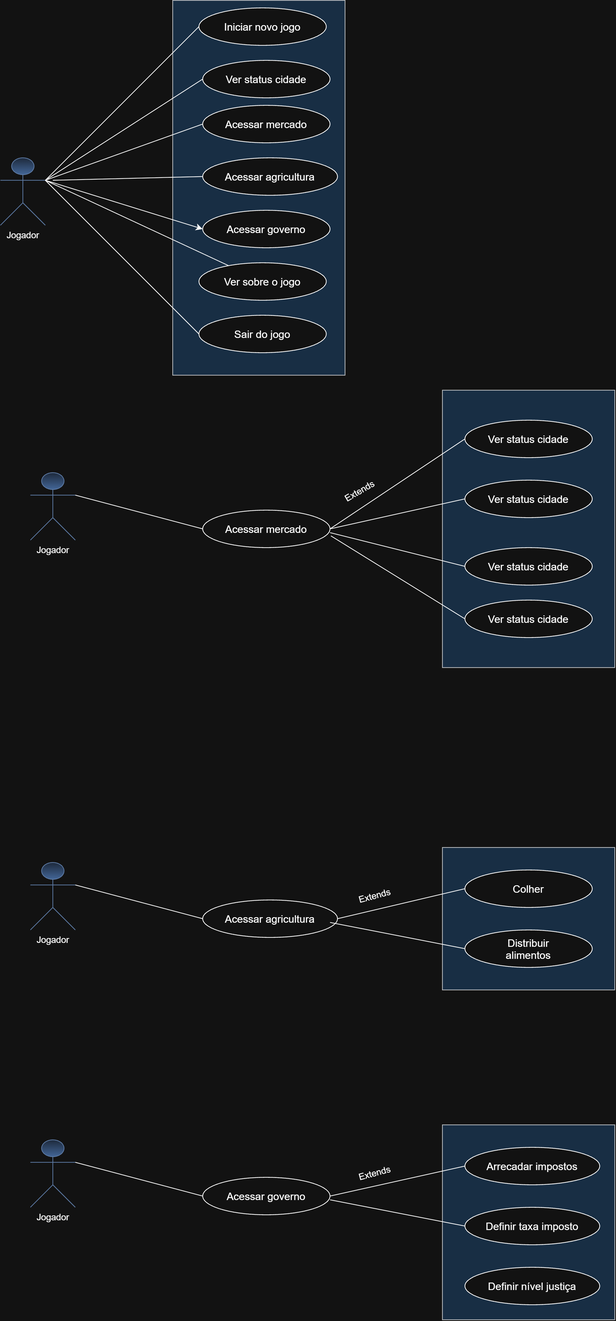
Before: casos-de-uso/Casos de uso.drawio.png, a diagram exported from draw.io (joaovictorVsales/Bolonha-e-Milano-Mons-edition). Source tidied: cells renumbered, new cells last; positions are measured from the earlier drawing's top-left corner, leaving out a move shared by most shapes.
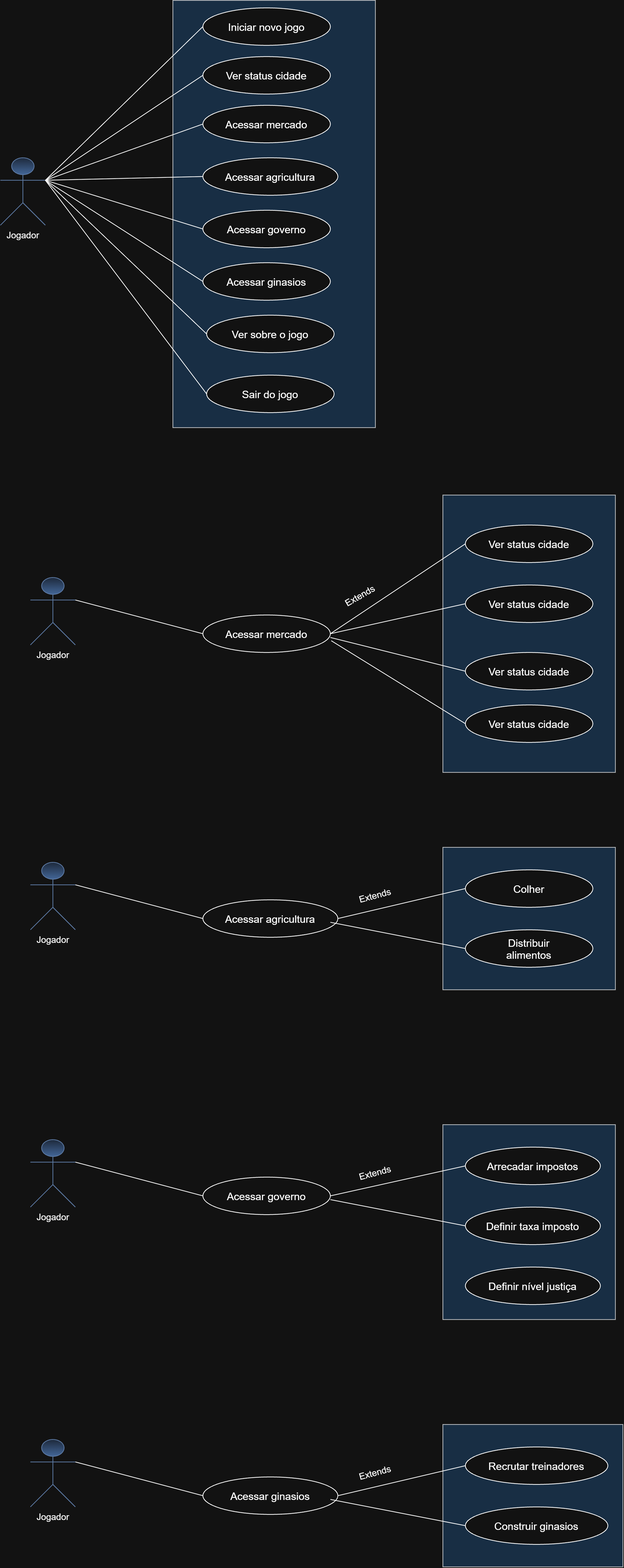
Later version of the same file.

Commit message:
Casos de uso (ETAPA 6)

What changed in the source:
```diff
@@ -5,91 +5,92 @@
     <mxCell id="2" value="Jogador" style="shape=umlActor;verticalLabelPosition=bottom;verticalAlign=top;html=1;outlineConnect=0;labelPerimeter=1;fillColor=#dae8fc;gradientColor=#7ea6e0;strokeColor=#6c8ebf;" parent="1" vertex="1">
       <mxGeometry y="210" width="60" height="90" as="geometry" />
     </mxCell>
-    <mxCell id="3" style="rounded=0;whiteSpace=wrap;html=1;fillColor=#cce5ff;strokeColor=#36393d;" parent="1" vertex="1">
-      <mxGeometry x="230" width="230" height="500" as="geometry" />
-    </mxCell>
+    <mxCell id="51" style="rounded=0;whiteSpace=wrap;html=1;fillColor=#cce5ff;strokeColor=#36393d;" parent="1" vertex="1">
+      <mxGeometry x="230" width="270" height="570" as="geometry" />
+    </mxCell>
     <mxCell id="4" value="&lt;font style=&quot;font-size: 14px;&quot;&gt;Iniciar novo jogo&lt;/font&gt;" style="ellipse;whiteSpace=wrap;html=1;shapeInside=1;" parent="1" vertex="1">
-      <mxGeometry x="265" y="10" width="170" height="50" as="geometry" />
+      <mxGeometry x="270" y="10" width="170" height="50" as="geometry" />
     </mxCell>
     <mxCell id="5" style="endArrow=none;html=1;rounded=0;defaultLabelBackgroundColor=page;labelPadding=0 4;entryX=0;entryY=0.5;entryDx=0;entryDy=0;exitX=1;exitY=0.3333333333333333;exitDx=0;exitDy=0;exitPerimeter=0;" parent="1" edge="1" source="2" target="4">
       <mxGeometry relative="1" as="geometry" />
     </mxCell>
     <mxCell id="6" value="Ver sobre o jogo" style="ellipse;whiteSpace=wrap;html=1;shapeInside=1;fontSize=14;" parent="1" vertex="1">
-      <mxGeometry x="265" y="350" width="170" height="50" as="geometry" />
+      <mxGeometry x="275" y="420" width="170" height="50" as="geometry" />
     </mxCell>
     <mxCell id="7" value="Sair do jogo" style="ellipse;whiteSpace=wrap;html=1;shapeInside=1;fontSize=14;" parent="1" vertex="1">
-      <mxGeometry x="265" y="420" width="170" height="50" as="geometry" />
+      <mxGeometry x="275" y="500" width="170" height="50" as="geometry" />
     </mxCell>
-    <mxCell id="8" style="endArrow=none;html=1;rounded=0;defaultLabelBackgroundColor=page;labelPadding=0 4;exitX=1;exitY=0.3333333333333333;exitDx=0;exitDy=0;exitPerimeter=0;" parent="1" edge="1" source="2" target="6">
+    <mxCell id="8" style="endArrow=none;html=1;rounded=0;defaultLabelBackgroundColor=page;labelPadding=0 4;exitX=1;exitY=0.3333333333333333;exitDx=0;exitDy=0;exitPerimeter=0;entryX=0;entryY=0.5;entryDx=0;entryDy=0;" parent="1" edge="1" source="2" target="6">
       <mxGeometry relative="1" as="geometry" />
     </mxCell>
     <mxCell id="9" style="endArrow=none;html=1;rounded=0;defaultLabelBackgroundColor=page;labelPadding=0 4;entryX=0;entryY=0.5;entryDx=0;entryDy=0;exitX=1;exitY=0.3333333333333333;exitDx=0;exitDy=0;exitPerimeter=0;" parent="1" edge="1" source="2" target="7">
       <mxGeometry relative="1" as="geometry" />
     </mxCell>
-    <mxCell id="10" style="edgeStyle=orthogonalEdgeStyle;rounded=0;orthogonalLoop=1;jettySize=auto;html=1;innerLoopWaypoints=1;exitX=0.5;exitY=1;exitDx=0;exitDy=0;defaultLabelBackgroundColor=page;labelPadding=0 4;" parent="1" edge="1" source="3" target="3">
-      <mxGeometry relative="1" as="geometry" />
-    </mxCell>
-    <mxCell id="11" value="&lt;font style=&quot;font-size: 14px;&quot;&gt;Ver status cidade&lt;/font&gt;" style="ellipse;whiteSpace=wrap;html=1;shapeInside=1;" parent="1" vertex="1">
-      <mxGeometry x="270" y="80" width="170" height="50" as="geometry" />
-    </mxCell>
-    <mxCell id="12" style="endArrow=none;html=1;rounded=0;defaultLabelBackgroundColor=page;labelPadding=0 4;entryX=0;entryY=0.5;entryDx=0;entryDy=0;exitX=1;exitY=0.3333333333333333;exitDx=0;exitDy=0;exitPerimeter=0;" parent="1" edge="1" source="2" target="11">
-      <mxGeometry relative="1" as="geometry" />
-    </mxCell>
+    <mxCell id="52" style="edgeStyle=orthogonalEdgeStyle;rounded=0;orthogonalLoop=1;jettySize=auto;html=1;innerLoopWaypoints=1;exitX=0.5;exitY=1;exitDx=0;exitDy=0;defaultLabelBackgroundColor=page;labelPadding=0 4;" parent="1" edge="1">
+      <mxGeometry relative="1" as="geometry">
+        <mxPoint x="360" y="670" as="sourcePoint" />
+        <mxPoint x="360" y="670" as="targetPoint" />
+      </mxGeometry>
+    </mxCell>
+    <mxCell id="53" value="&lt;font style=&quot;font-size: 14px;&quot;&gt;Ver status cidade&lt;/font&gt;" style="ellipse;whiteSpace=wrap;html=1;shapeInside=1;" parent="1" vertex="1">
+      <mxGeometry x="270" y="75" width="170" height="50" as="geometry" />
+    </mxCell>
+    <mxCell id="54" style="endArrow=none;html=1;rounded=0;defaultLabelBackgroundColor=page;labelPadding=0 4;entryX=0;entryY=0.5;entryDx=0;entryDy=0;exitX=1;exitY=0.3333333333333333;exitDx=0;exitDy=0;exitPerimeter=0;" parent="1" edge="1" source="2" target="53">
+      <mxGeometry relative="1" as="geometry" />
+    </mxCell>
     <mxCell id="13" value="Acessar mercado" style="ellipse;whiteSpace=wrap;html=1;shapeInside=1;fontSize=14;" parent="1" vertex="1">
       <mxGeometry x="270" y="140" width="170" height="50" as="geometry" />
     </mxCell>
     <mxCell id="14" style="endArrow=none;html=1;rounded=0;defaultLabelBackgroundColor=page;labelPadding=0 4;entryX=0;entryY=0.5;entryDx=0;entryDy=0;exitX=1;exitY=0.3333333333333333;exitDx=0;exitDy=0;exitPerimeter=0;" parent="1" edge="1" source="2" target="13">
       <mxGeometry relative="1" as="geometry" />
     </mxCell>
-    <mxCell id="15" style="rounded=0;whiteSpace=wrap;html=1;fillColor=#cce5ff;strokeColor=#36393d;" parent="1" vertex="1">
-      <mxGeometry x="590" y="520" width="230" height="370" as="geometry" />
-    </mxCell>
-    <mxCell id="16" value="&lt;font style=&quot;font-size: 14px;&quot;&gt;Ver status cidade&lt;/font&gt;" style="ellipse;whiteSpace=wrap;html=1;shapeInside=1;" parent="1" vertex="1">
-      <mxGeometry x="620" y="560" width="170" height="50" as="geometry" />
-    </mxCell>
-    <mxCell id="17" value="&lt;font style=&quot;font-size: 14px;&quot;&gt;Ver status cidade&lt;/font&gt;" style="ellipse;whiteSpace=wrap;html=1;shapeInside=1;" parent="1" vertex="1">
-      <mxGeometry x="620" y="640" width="170" height="50" as="geometry" />
-    </mxCell>
-    <mxCell id="18" value="&lt;font style=&quot;font-size: 14px;&quot;&gt;Ver status cidade&lt;/font&gt;" style="ellipse;whiteSpace=wrap;html=1;shapeInside=1;" parent="1" vertex="1">
-      <mxGeometry x="620" y="800" width="170" height="50" as="geometry" />
-    </mxCell>
-    <mxCell id="19" value="&lt;font style=&quot;font-size: 14px;&quot;&gt;Ver status cidade&lt;/font&gt;" style="ellipse;whiteSpace=wrap;html=1;shapeInside=1;" parent="1" vertex="1">
-      <mxGeometry x="620" y="730" width="170" height="50" as="geometry" />
-    </mxCell>
-    <mxCell id="20" value="Jogador" style="shape=umlActor;verticalLabelPosition=bottom;verticalAlign=top;html=1;outlineConnect=0;labelPerimeter=1;fillColor=#dae8fc;gradientColor=#7ea6e0;strokeColor=#6c8ebf;" parent="1" vertex="1">
-      <mxGeometry x="40" y="630" width="60" height="90" as="geometry" />
-    </mxCell>
+    <mxCell id="55" style="rounded=0;whiteSpace=wrap;html=1;fillColor=#cce5ff;strokeColor=#36393d;" parent="1" vertex="1">
+      <mxGeometry x="590" y="660" width="230" height="370" as="geometry" />
+    </mxCell>
+    <mxCell id="56" value="&lt;font style=&quot;font-size: 14px;&quot;&gt;Ver status cidade&lt;/font&gt;" style="ellipse;whiteSpace=wrap;html=1;shapeInside=1;" parent="1" vertex="1">
+      <mxGeometry x="620" y="700" width="170" height="50" as="geometry" />
+    </mxCell>
+    <mxCell id="57" value="&lt;font style=&quot;font-size: 14px;&quot;&gt;Ver status cidade&lt;/font&gt;" style="ellipse;whiteSpace=wrap;html=1;shapeInside=1;" parent="1" vertex="1">
+      <mxGeometry x="620" y="780" width="170" height="50" as="geometry" />
+    </mxCell>
+    <mxCell id="58" value="&lt;font style=&quot;font-size: 14px;&quot;&gt;Ver status cidade&lt;/font&gt;" style="ellipse;whiteSpace=wrap;html=1;shapeInside=1;" parent="1" vertex="1">
+      <mxGeometry x="620" y="940" width="170" height="50" as="geometry" />
+    </mxCell>
+    <mxCell id="59" value="&lt;font style=&quot;font-size: 14px;&quot;&gt;Ver status cidade&lt;/font&gt;" style="ellipse;whiteSpace=wrap;html=1;shapeInside=1;" parent="1" vertex="1">
+      <mxGeometry x="620" y="870" width="170" height="50" as="geometry" />
+    </mxCell>
+    <mxCell id="60" value="Jogador" style="shape=umlActor;verticalLabelPosition=bottom;verticalAlign=top;html=1;outlineConnect=0;labelPerimeter=1;fillColor=#dae8fc;gradientColor=#7ea6e0;strokeColor=#6c8ebf;" parent="1" vertex="1">
+      <mxGeometry x="40" y="770" width="60" height="90" as="geometry" />
+    </mxCell>
     <mxCell id="21" value="Acessar mercado" style="ellipse;whiteSpace=wrap;html=1;shapeInside=1;fontSize=14;" parent="1" vertex="1">
-      <mxGeometry x="270" y="680" width="170" height="50" as="geometry" />
+      <mxGeometry x="270" y="820" width="170" height="50" as="geometry" />
     </mxCell>
-    <mxCell id="22" style="endArrow=none;html=1;rounded=0;defaultLabelBackgroundColor=page;labelPadding=0 4;exitX=1;exitY=0.3333333333333333;exitDx=0;exitDy=0;exitPerimeter=0;entryX=0;entryY=0.5;entryDx=0;entryDy=0;" parent="1" edge="1" source="20" target="21">
-      <mxGeometry relative="1" as="geometry" />
-    </mxCell>
-    <mxCell id="23" style="endArrow=none;html=1;rounded=0;defaultLabelBackgroundColor=page;labelPadding=0 4;entryX=0;entryY=0.5;entryDx=0;entryDy=0;exitX=1;exitY=0.5;exitDx=0;exitDy=0;" parent="1" edge="1" source="21" target="16">
-      <mxGeometry relative="1" as="geometry" />
-    </mxCell>
-    <mxCell id="24" style="endArrow=none;html=1;rounded=0;defaultLabelBackgroundColor=page;labelPadding=0 4;entryX=0;entryY=0.5;entryDx=0;entryDy=0;exitX=1;exitY=0.5;exitDx=0;exitDy=0;" parent="1" edge="1" source="21" target="17">
-      <mxGeometry relative="1" as="geometry" />
-    </mxCell>
-    <mxCell id="25" style="endArrow=none;html=1;rounded=0;defaultLabelBackgroundColor=page;labelPadding=0 4;entryX=0;entryY=0.5;entryDx=0;entryDy=0;" parent="1" edge="1" target="19">
-      <mxGeometry relative="1" as="geometry">
-        <mxPoint x="440" y="710" as="sourcePoint" />
-      </mxGeometry>
-    </mxCell>
-    <mxCell id="26" style="endArrow=none;html=1;rounded=0;defaultLabelBackgroundColor=page;labelPadding=0 4;entryX=0;entryY=0.5;entryDx=0;entryDy=0;exitX=1.007;exitY=0.687;exitDx=0;exitDy=0;exitPerimeter=0;" parent="1" edge="1" source="21" target="18">
-      <mxGeometry relative="1" as="geometry" />
-    </mxCell>
+    <mxCell id="61" style="endArrow=none;html=1;rounded=0;defaultLabelBackgroundColor=page;labelPadding=0 4;exitX=1;exitY=0.3333333333333333;exitDx=0;exitDy=0;exitPerimeter=0;entryX=0;entryY=0.5;entryDx=0;entryDy=0;" parent="1" edge="1" source="60" target="21">
+      <mxGeometry relative="1" as="geometry" />
+    </mxCell>
+    <mxCell id="62" style="endArrow=none;html=1;rounded=0;defaultLabelBackgroundColor=page;labelPadding=0 4;entryX=0;entryY=0.5;entryDx=0;entryDy=0;exitX=1;exitY=0.5;exitDx=0;exitDy=0;" parent="1" edge="1" source="21" target="56">
+      <mxGeometry relative="1" as="geometry" />
+    </mxCell>
+    <mxCell id="63" style="endArrow=none;html=1;rounded=0;defaultLabelBackgroundColor=page;labelPadding=0 4;entryX=0;entryY=0.5;entryDx=0;entryDy=0;exitX=1;exitY=0.5;exitDx=0;exitDy=0;" parent="1" edge="1" source="21" target="57">
+      <mxGeometry relative="1" as="geometry" />
+    </mxCell>
+    <mxCell id="64" style="endArrow=none;html=1;rounded=0;defaultLabelBackgroundColor=page;labelPadding=0 4;entryX=0;entryY=0.5;entryDx=0;entryDy=0;" parent="1" edge="1" target="59">
+      <mxGeometry relative="1" as="geometry">
+        <mxPoint x="440" y="850" as="sourcePoint" />
+      </mxGeometry>
+    </mxCell>
+    <mxCell id="65" style="endArrow=none;html=1;rounded=0;defaultLabelBackgroundColor=page;labelPadding=0 4;entryX=0;entryY=0.5;entryDx=0;entryDy=0;exitX=1.007;exitY=0.687;exitDx=0;exitDy=0;exitPerimeter=0;" parent="1" edge="1" source="21" target="58">
+      <mxGeometry relative="1" as="geometry" />
+    </mxCell>
     <mxCell id="27" value="Extends" style="text;html=1;whiteSpace=wrap;strokeColor=none;fillColor=none;align=center;verticalAlign=middle;rounded=0;rotation=-30;" parent="1" vertex="1">
-      <mxGeometry x="450" y="640" width="60" height="30" as="geometry" />
+      <mxGeometry x="450" y="780" width="60" height="30" as="geometry" />
     </mxCell>
     <mxCell id="28" value="Acessar agricultura" style="ellipse;whiteSpace=wrap;html=1;shapeInside=1;fontSize=14;" parent="1" vertex="1">
       <mxGeometry x="270" y="210" width="180" height="50" as="geometry" />
     </mxCell>
-    <mxCell id="29" style="endArrow=none;html=1;rounded=0;defaultLabelBackgroundColor=page;labelPadding=0 4;entryX=0;entryY=0.5;entryDx=0;entryDy=0;" parent="1" edge="1" target="28">
-      <mxGeometry relative="1" as="geometry">
-        <mxPoint x="70" y="240" as="sourcePoint" />
-      </mxGeometry>
-    </mxCell>
+    <mxCell id="66" style="endArrow=none;html=1;rounded=0;defaultLabelBackgroundColor=page;labelPadding=0 4;entryX=0;entryY=0.5;entryDx=0;entryDy=0;exitX=1;exitY=0.3333333333333333;exitDx=0;exitDy=0;exitPerimeter=0;" parent="1" edge="1" source="2" target="28">
+      <mxGeometry relative="1" as="geometry" />
+    </mxCell>
     <mxCell id="30" style="rounded=0;whiteSpace=wrap;html=1;fillColor=#cce5ff;strokeColor=#36393d;" parent="1" vertex="1">
       <mxGeometry x="590" y="1130" width="230" height="190" as="geometry" />
     </mxCell>
@@ -111,20 +112,17 @@
     <mxCell id="36" style="endArrow=none;html=1;rounded=0;defaultLabelBackgroundColor=page;labelPadding=0 4;entryX=0;entryY=0.5;entryDx=0;entryDy=0;exitX=1;exitY=0.5;exitDx=0;exitDy=0;" parent="1" edge="1" source="34" target="31">
       <mxGeometry relative="1" as="geometry" />
     </mxCell>
-    <mxCell id="37" style="endArrow=none;html=1;rounded=0;defaultLabelBackgroundColor=page;labelPadding=0 4;entryX=0;entryY=0.5;entryDx=0;entryDy=0;" parent="1" edge="1" target="32">
-      <mxGeometry relative="1" as="geometry">
-        <mxPoint x="440" y="1230" as="sourcePoint" />
-      </mxGeometry>
-    </mxCell>
+    <mxCell id="67" style="endArrow=none;html=1;rounded=0;defaultLabelBackgroundColor=page;labelPadding=0 4;entryX=0;entryY=0.5;entryDx=0;entryDy=0;" parent="1" edge="1" target="32">
+      <mxGeometry relative="1" as="geometry">
+        <mxPoint x="440" y="1230" as="sourcePoint" />
+      </mxGeometry>
+    </mxCell>
     <mxCell id="38" value="Extends" style="text;html=1;whiteSpace=wrap;strokeColor=none;fillColor=none;align=center;verticalAlign=middle;rounded=0;rotation=-15;" parent="1" vertex="1">
       <mxGeometry x="470" y="1180" width="60" height="30" as="geometry" />
     </mxCell>
     <mxCell id="39" value="Acessar governo" style="ellipse;whiteSpace=wrap;html=1;shapeInside=1;fontSize=14;" parent="1" vertex="1">
       <mxGeometry x="270" y="280" width="170" height="50" as="geometry" />
     </mxCell>
-    <mxCell id="40" style="endArrow=classic;html=1;rounded=0;defaultLabelBackgroundColor=page;labelPadding=0 4;entryX=0;entryY=0.5;entryDx=0;entryDy=0;exitX=1;exitY=0.3333333333333333;exitDx=0;exitDy=0;exitPerimeter=0;" parent="1" edge="1" source="2" target="39">
-      <mxGeometry relative="1" as="geometry" />
-    </mxCell>
     <mxCell id="41" style="rounded=0;whiteSpace=wrap;html=1;fillColor=#cce5ff;strokeColor=#36393d;" parent="1" vertex="1">
       <mxGeometry x="590" y="1500" width="230" height="260" as="geometry" />
     </mxCell>
@@ -146,16 +144,54 @@
     <mxCell id="47" style="endArrow=none;html=1;rounded=0;defaultLabelBackgroundColor=page;labelPadding=0 4;entryX=0;entryY=0.5;entryDx=0;entryDy=0;exitX=1;exitY=0.5;exitDx=0;exitDy=0;" parent="1" edge="1" source="45" target="42">
       <mxGeometry relative="1" as="geometry" />
     </mxCell>
-    <mxCell id="48" style="endArrow=none;html=1;rounded=0;defaultLabelBackgroundColor=page;labelPadding=0 4;entryX=0;entryY=0.5;entryDx=0;entryDy=0;" parent="1" edge="1" target="43">
-      <mxGeometry relative="1" as="geometry">
-        <mxPoint x="440" y="1600" as="sourcePoint" />
-      </mxGeometry>
-    </mxCell>
+    <mxCell id="68" style="endArrow=none;html=1;rounded=0;defaultLabelBackgroundColor=page;labelPadding=0 4;entryX=0;entryY=0.5;entryDx=0;entryDy=0;" parent="1" edge="1" target="43">
+      <mxGeometry relative="1" as="geometry">
+        <mxPoint x="440" y="1600" as="sourcePoint" />
+      </mxGeometry>
+    </mxCell>
     <mxCell id="49" value="Extends" style="text;html=1;whiteSpace=wrap;strokeColor=none;fillColor=none;align=center;verticalAlign=middle;rounded=0;rotation=-15;" parent="1" vertex="1">
       <mxGeometry x="470" y="1550" width="60" height="30" as="geometry" />
     </mxCell>
     <mxCell id="50" value="Definir nível justiça" style="ellipse;whiteSpace=wrap;html=1;shapeInside=1;fontSize=14;" parent="1" vertex="1">
       <mxGeometry x="620" y="1690" width="180" height="50" as="geometry" />
     </mxCell>
+    <mxCell id="69" value="Acessar ginasios" style="ellipse;whiteSpace=wrap;html=1;shapeInside=1;fontSize=14;" parent="1" vertex="1">
+      <mxGeometry x="270" y="350" width="170" height="50" as="geometry" />
+    </mxCell>
+    <mxCell id="40" style="endArrow=none;html=1;rounded=0;defaultLabelBackgroundColor=page;labelPadding=0 4;entryX=0;entryY=0.5;entryDx=0;entryDy=0;exitX=1;exitY=0.3333333333333333;exitDx=0;exitDy=0;exitPerimeter=0;" parent="1" edge="1" source="2" target="39">
+      <mxGeometry relative="1" as="geometry" />
+    </mxCell>
+    <mxCell id="70" style="endArrow=none;html=1;rounded=0;defaultLabelBackgroundColor=page;labelPadding=0 4;entryX=0;entryY=0.5;entryDx=0;entryDy=0;exitX=1;exitY=0.3333333333333333;exitDx=0;exitDy=0;exitPerimeter=0;" parent="1" edge="1" source="2" target="69">
+      <mxGeometry relative="1" as="geometry" />
+    </mxCell>
+    <mxCell id="71" style="rounded=0;whiteSpace=wrap;html=1;fillColor=#cce5ff;strokeColor=#36393d;" parent="1" vertex="1">
+      <mxGeometry x="590" y="1900" width="240" height="190" as="geometry" />
+    </mxCell>
+    <mxCell id="72" value="Recrutar treinadores" style="ellipse;whiteSpace=wrap;html=1;shapeInside=1;fontSize=14;" parent="1" vertex="1">
+      <mxGeometry x="620" y="1930" width="190" height="50" as="geometry" />
+    </mxCell>
+    <mxCell id="73" value="Construir ginasios" style="ellipse;whiteSpace=wrap;html=1;shapeInside=1;fontSize=14;" parent="1" vertex="1">
+      <mxGeometry x="620" y="2010" width="190" height="50" as="geometry" />
+    </mxCell>
+    <mxCell id="74" value="Jogador" style="shape=umlActor;verticalLabelPosition=bottom;verticalAlign=top;html=1;outlineConnect=0;labelPerimeter=1;fillColor=#dae8fc;gradientColor=#7ea6e0;strokeColor=#6c8ebf;" parent="1" vertex="1">
+      <mxGeometry x="40" y="1920" width="60" height="90" as="geometry" />
+    </mxCell>
+    <mxCell id="75" value="Acessar ginasios" style="ellipse;whiteSpace=wrap;html=1;shapeInside=1;fontSize=14;" parent="1" vertex="1">
+      <mxGeometry x="270" y="1970" width="180" height="50" as="geometry" />
+    </mxCell>
+    <mxCell id="76" style="endArrow=none;html=1;rounded=0;defaultLabelBackgroundColor=page;labelPadding=0 4;exitX=1;exitY=0.3333333333333333;exitDx=0;exitDy=0;exitPerimeter=0;entryX=0;entryY=0.5;entryDx=0;entryDy=0;" parent="1" edge="1" source="74" target="75">
+      <mxGeometry relative="1" as="geometry" />
+    </mxCell>
+    <mxCell id="77" style="endArrow=none;html=1;rounded=0;defaultLabelBackgroundColor=page;labelPadding=0 4;entryX=0;entryY=0.5;entryDx=0;entryDy=0;exitX=1;exitY=0.5;exitDx=0;exitDy=0;" parent="1" edge="1" source="75" target="72">
+      <mxGeometry relative="1" as="geometry" />
+    </mxCell>
+    <mxCell id="78" style="endArrow=none;html=1;rounded=0;defaultLabelBackgroundColor=page;labelPadding=0 4;entryX=0;entryY=0.5;entryDx=0;entryDy=0;" parent="1" edge="1" target="73">
+      <mxGeometry relative="1" as="geometry">
+        <mxPoint x="440" y="2000" as="sourcePoint" />
+      </mxGeometry>
+    </mxCell>
+    <mxCell id="79" value="Extends" style="text;html=1;whiteSpace=wrap;strokeColor=none;fillColor=none;align=center;verticalAlign=middle;rounded=0;rotation=-15;" parent="1" vertex="1">
+      <mxGeometry x="470" y="1950" width="60" height="30" as="geometry" />
+    </mxCell>
   </root>
 </mxGraphModel>
```
